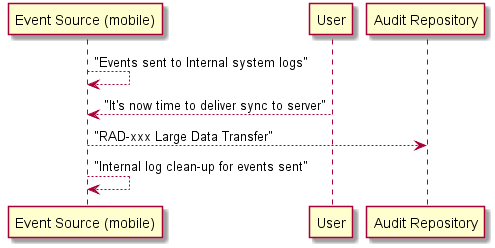
Above: mobile-push.png in rjhorn-agfa/SOLE (PlantUML), before the change.
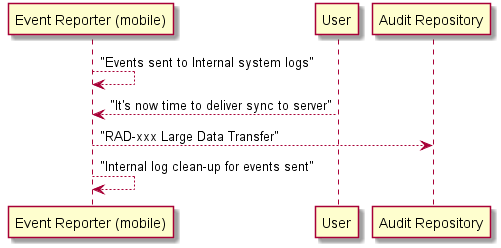
The same file after the commit.

What changed in the source:
```diff
@@ -1,8 +1,8 @@
 @startuml
 
-"Event Source (mobile)" --> "Event Source (mobile)" : "Events sent to Internal system logs"
-"User" --> "Event Source (mobile)" : "It's now time to deliver sync to server"
-"Event Source (mobile)" --> "Audit Repository" : "RAD-xxx Large Data Transfer"
-"Event Source (mobile)" --> "Event Source (mobile)" : "Internal log clean-up for events sent"
+"Event Reporter (mobile)" --> "Event Reporter (mobile)" : "Events sent to Internal system logs"
+"User" --> "Event Reporter (mobile)" : "It's now time to deliver sync to server"
+"Event Reporter (mobile)" --> "Audit Repository" : "RAD-xxx Large Data Transfer"
+"Event Reporter (mobile)" --> "Event Reporter (mobile)" : "Internal log clean-up for events sent"
 
 @enduml
```
